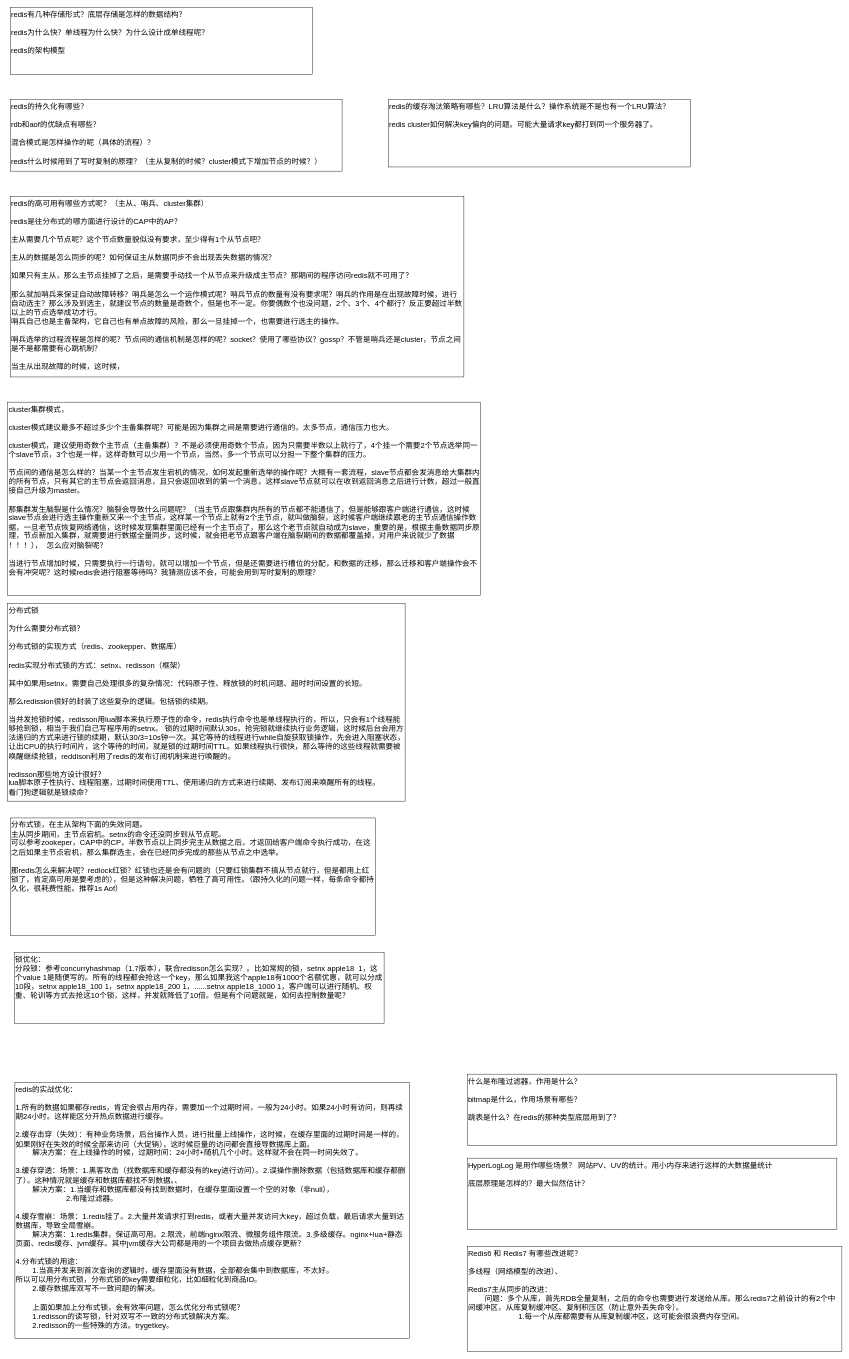
Above: JAVA/Redis.drawio in KGwolf/MyDraw (draw.io), before the change. Source tidied: cells renumbered, new cells numbered last; positions are measured from the earlier drawing's top-left corner, leaving out a move shared by most shapes. Both pictures are drawn from the tidied source at 42%, with x=0, y=0 at pixel (8, 7).
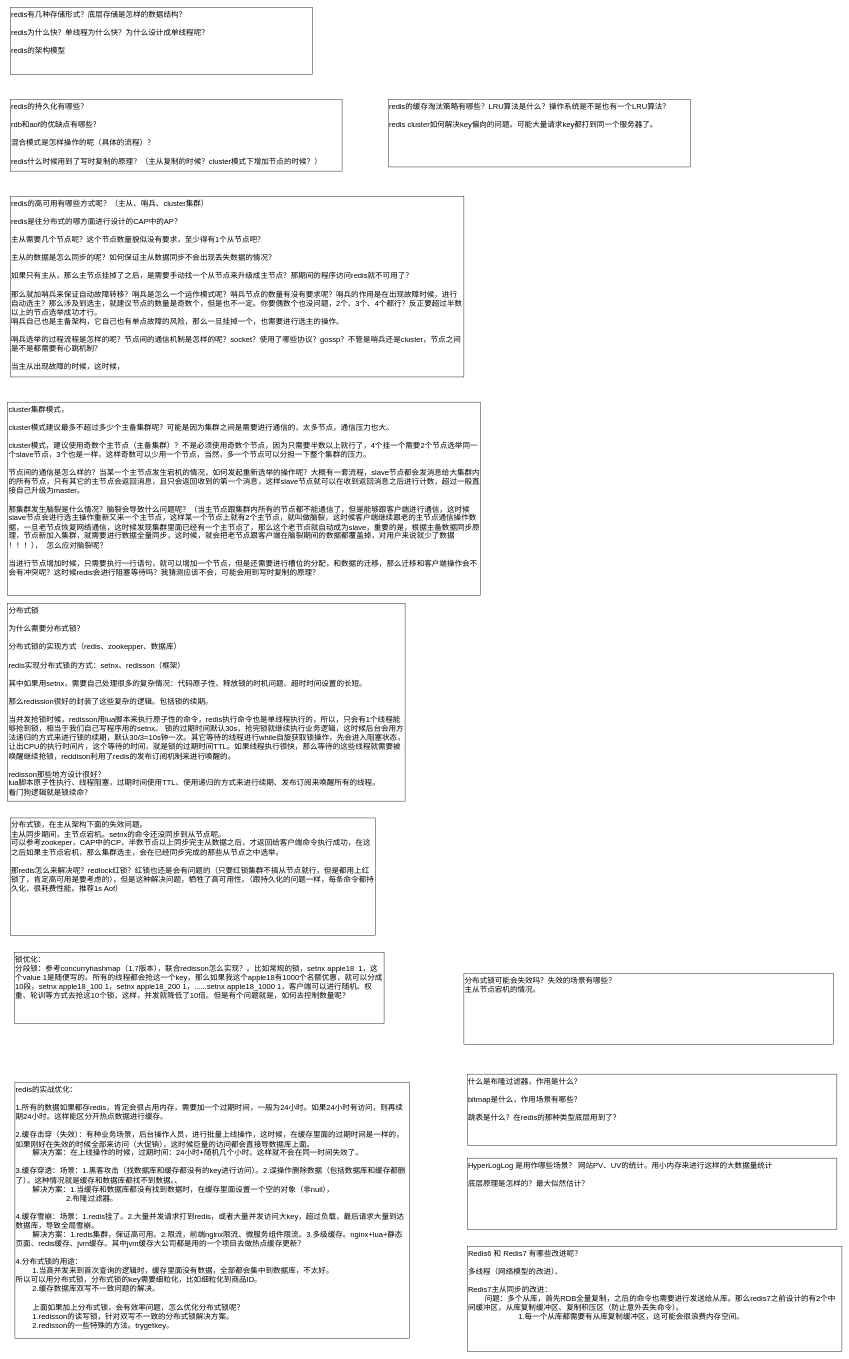
After the change.

Change to the diagram source:
```diff
@@
 <mxGraphModel>
   <root>
     <mxCell id="0" />
     <mxCell id="1" parent="0" />
     <mxCell id="2" value="redis有几种存储形式？底层存储是怎样的数据结构？&lt;br&gt;&lt;br&gt;redis为什么快？单线程为什么快？为什么设计成单线程呢？&lt;br&gt;&lt;br&gt;redis的架构模型" style="rounded=0;whiteSpace=wrap;html=1;fontSize=18;align=left;verticalAlign=top;" parent="1" vertex="1">
       <mxGeometry x="6" width="720" height="160" as="geometry" />
     </mxCell>
     <mxCell id="3" value="redis的持久化有哪些？&lt;br&gt;&lt;br&gt;rdb和aof的优缺点有哪些？&lt;br&gt;&lt;br&gt;混合模式是怎样操作的呢（具体的流程）？&lt;br&gt;&lt;br&gt;redis什么时候用到了写时复制的原理？（主从复制的时候？cluster模式下增加节点的时候？）" style="rounded=0;whiteSpace=wrap;html=1;fontSize=18;align=left;verticalAlign=top;" parent="1" vertex="1">
       <mxGeometry x="6" y="220" width="790" height="170" as="geometry" />
     </mxCell>
     <mxCell id="4" value="redis的高可用有哪些方式呢？（主从、哨兵、cluster集群）&lt;br&gt;&lt;br&gt;redis是往分布式的哪方面进行设计的CAP中的AP？&lt;br&gt;&lt;br&gt;主从需要几个节点呢？这个节点数量貌似没有要求，至少得有1个从节点吧？&lt;br&gt;&lt;br&gt;主从的数据是怎么同步的呢？如何保证主从数据同步不会出现丢失数据的情况？&lt;br&gt;&lt;br&gt;如果只有主从，那么主节点挂掉了之后，是需要手动找一个从节点来升级成主节点？那期间的程序访问redis就不可用了？&lt;br&gt;&lt;br&gt;那么就加哨兵来保证自动故障转移？哨兵是怎么一个运作模式呢？哨兵节点的数量有没有要求呢？哨兵的作用是在出现故障时候，进行自动选主？那么涉及到选主，就建议节点的数量是奇数个，但是也不一定。你要偶数个也没问题，2个、3个、4个都行？反正要超过半数以上的节点选举成功才行。&lt;br&gt;哨兵自己也是主备架构，它自己也有单点故障的风险，那么一旦挂掉一个，也需要进行选主的操作。&lt;br&gt;&lt;br&gt;哨兵选举的过程流程是怎样的呢？节点间的通信机制是怎样的呢？socket？使用了哪些协议？gossp？不管是哨兵还是cluster，节点之间是不是都需要有心跳机制？&lt;br&gt;&lt;br&gt;当主从出现故障的时候，这时候，" style="rounded=0;whiteSpace=wrap;html=1;fontSize=18;align=left;verticalAlign=top;" parent="1" vertex="1">
       <mxGeometry x="6" y="450" width="1080" height="430" as="geometry" />
     </mxCell>
     <mxCell id="5" value="redis的缓存淘汰策略有哪些？LRU算法是什么？操作系统是不是也有一个LRU算法？&lt;br&gt;&lt;br&gt;redis cluster如何解决key偏向的问题。可能大量请求key都打到同一个服务器了。" style="rounded=0;whiteSpace=wrap;html=1;fontSize=18;align=left;verticalAlign=top;" parent="1" vertex="1">
       <mxGeometry x="906" y="220" width="720" height="160" as="geometry" />
     </mxCell>
     <mxCell id="6" value="cluster集群模式，&lt;br&gt;&lt;br&gt;cluster模式建议最多不超过多少个主备集群呢？可能是因为集群之间是需要进行通信的，太多节点，通信压力也大。&lt;br&gt;&lt;br&gt;cluster模式，建议使用奇数个主节点（主备集群）？不是必须使用奇数个节点，因为只需要半数以上就行了，4个挂一个需要2个节点选举同一个slave节点，3个也是一样，这样奇数可以少用一个节点，当然，多一个节点可以分担一下整个集群的压力。&lt;br&gt;&lt;br&gt;节点间的通信是怎么样的？当某一个主节点发生宕机的情况，如何发起重新选举的操作呢？大概有一套流程，slave节点都会发消息给大集群内的所有节点，只有其它的主节点会返回消息，且只会返回收到的第一个消息，这样slave节点就可以在收到返回消息之后进行计数，超过一般直接自己升级为master。&lt;br&gt;&lt;br&gt;那集群发生脑裂是什么情况？脑裂会导致什么问题呢？（当主节点跟集群内所有的节点都不能通信了，但是能够跟客户端进行通信，这时候slave节点会进行选主操作重新又来一个主节点，这样某一个节点上就有2个主节点，就叫做脑裂，这时候客户端继续跟老的主节点通信操作数据，一旦老节点恢复网络通信，这时候发现集群里面已经有一个主节点了，那么这个老节点就自动成为slave，重要的是，根据主备数据同步原理，节点新加入集群，就需要进行数据全量同步，这时候，就会把老节点跟客户端在脑裂期间的数据都覆盖掉，对用户来说就少了数据&lt;br&gt;！！！），&amp;nbsp; 怎么应对脑裂呢？&lt;br&gt;&lt;br&gt;当进行节点增加时候，只需要执行一行语句，就可以增加一个节点，但是还需要进行槽位的分配，和数据的迁移，那么迁移和客户端操作会不会有冲突呢？这时候redis会进行阻塞等待吗？我猜测应该不会，可能会用到写时复制的原理？" style="rounded=0;whiteSpace=wrap;html=1;fontSize=18;align=left;verticalAlign=top;" parent="1" vertex="1">
       <mxGeometry x="-0.5" y="940" width="1126.5" height="460" as="geometry" />
     </mxCell>
     <mxCell id="7" value="分布式锁&lt;br&gt;&lt;br&gt;为什么需要分布式锁？&lt;br&gt;&lt;br&gt;分布式锁的实现方式（redis、zookepper、数据库）&lt;br&gt;&lt;br&gt;redis实现分布式锁的方式：setnx、redisson（框架）&lt;br&gt;&lt;br&gt;其中如果用setnx，需要自己处理很多的复杂情况：代码原子性、释放锁的时机问题、超时时间设置的长短。&lt;br&gt;&lt;br&gt;那么redission很好的封装了这些复杂的逻辑。包括锁的续期。&lt;br&gt;&lt;br&gt;当并发抢锁时候，redisson用lua脚本来执行原子性的命令，redis执行命令也是单线程执行的，所以，只会有1个线程能够抢到锁，相当于我们自己写程序用的setnx。 锁的过期时间默认30s，抢完锁就继续执行业务逻辑，这时候后台会用方法递归的方式来进行锁的续期，默认30/3=10s钟一次。其它等待的线程进行while自旋获取锁操作，先会进入阻塞状态，让出CPU的执行时间片，这个等待的时间，就是锁的过期时间TTL。如果线程执行很快，那么等待的这些线程就需要被唤醒继续抢锁，reddison利用了redis的发布订阅机制来进行唤醒的。&lt;br&gt;&lt;br&gt;redisson那些地方设计很好？&lt;br&gt;lua脚本原子性执行、线程阻塞，过期时间使用TTL、使用递归的方式来进行续期、发布订阅来唤醒所有的线程。&lt;br&gt;看门狗逻辑就是锁续命？" style="rounded=0;whiteSpace=wrap;html=1;fontSize=18;align=left;verticalAlign=top;" parent="1" vertex="1">
       <mxGeometry x="-0.5" y="1420" width="946.5" height="470" as="geometry" />
     </mxCell>
     <mxCell id="8" value="分布式锁，在主从架构下面的失效问题。&lt;br&gt;主从同步期间，主节点宕机。setnx的命令还没同步到从节点呢。&lt;br&gt;可以参考zookeper，CAP中的CP，半数节点以上同步完主从数据之后，才返回给客户端命令执行成功，在这之后如果主节点宕机，那么集群选主，会在已经同步完成的那些从节点之中选举。&lt;br&gt;&lt;br&gt;那redis怎么来解决呢？redlock红锁？红锁也还是会有问题的（只要红锁集群不搞从节点就行，但是都用上红锁了，肯定高可用是要考虑的），但是这种解决问题，牺牲了高可用性。（跟持久化的问题一样，每条命令都持久化，很耗费性能。推荐1s Aof）" style="rounded=0;whiteSpace=wrap;html=1;fontSize=18;align=left;verticalAlign=top;" parent="1" vertex="1">
       <mxGeometry x="6" y="1930" width="870" height="280" as="geometry" />
     </mxCell>
     <mxCell id="9" value="锁优化：&lt;br&gt;分段锁：参考concurryhashmap（1.7版本），联合redisson怎么实现？。比如常规的锁，setnx apple18&amp;nbsp; 1，这个value 1是随便写的。所有的线程都会抢这一个key，那么如果我这个apple18有1000个名额优惠，就可以分成10段，setnx apple18_100 1，setnx apple18_200 1，......setnx apple18_1000 1，客户端可以进行随机、权重、轮训等方式去抢这10个锁，这样，并发就降低了10倍。但是有个问题就是，如何去控制数量呢？" style="rounded=0;whiteSpace=wrap;html=1;fontSize=18;align=left;verticalAlign=top;" parent="1" vertex="1">
       <mxGeometry x="16" y="2250" width="880" height="170" as="geometry" />
     </mxCell>
     <mxCell id="10" value="redis的实战优化：&lt;br&gt;&lt;br&gt;1.所有的数据如果都存redis，肯定会很占用内存，需要加一个过期时间，一般为24小时。如果24小时有访问，则再续期24小时。这样能区分开热点数据进行缓存。&lt;br&gt;&lt;br&gt;2.缓存击穿（失效）：有种业务场景，后台操作人员，进行批量上线操作，这时候，在缓存里面的过期时间是一样的，如果刚好在失效的时候全部来访问（大促销），这时候巨量的访问都会直接导数据库上面。&lt;br&gt;&lt;span style=&quot;white-space: pre;&quot;&gt;&#9;&lt;/span&gt;解决方案：在上线操作的时候，过期时间：24小时+随机几个小时。这样就不会在同一时间失效了。&lt;br&gt;&lt;br&gt;3.缓存穿透：场景：1.黑客攻击（找数据库和缓存都没有的key进行访问）。2.误操作删除数据（包括数据库和缓存都删了）。这种情况就是缓存和数据库都找不到数据。、&lt;br&gt;&lt;span style=&quot;white-space: pre;&quot;&gt;&#9;&lt;/span&gt;解决方案：1.当缓存和数据库都没有找到数据时，在缓存里面设置一个空的对象（非null），&lt;br&gt;&lt;span style=&quot;white-space: pre;&quot;&gt;&#9;&lt;/span&gt;&lt;span style=&quot;white-space: pre;&quot;&gt;&#9;&lt;/span&gt;&lt;span style=&quot;white-space: pre;&quot;&gt;&#9;&lt;/span&gt;2.布隆过滤器。&lt;br&gt;&lt;br&gt;4.缓存雪崩：场景：1.redis挂了。2.大量并发请求打到redis，或者大量并发访问大key，超过负载，最后请求大量到达数据库，导致全局雪崩。&lt;br&gt;&lt;span style=&quot;white-space: pre;&quot;&gt;&#9;&lt;/span&gt;解决方案：1.redis集群，保证高可用。2.限流，前端nginx限流、微服务组件限流。3.多级缓存。nginx+lua+静态页面、redis缓存、jvm缓存。其中jvm缓存大公司都是用的一个项目去做热点缓存更新？&lt;br&gt;&lt;br&gt;4.分布式锁的用途：&lt;br&gt;&lt;span style=&quot;white-space: pre;&quot;&gt;&#9;&lt;/span&gt;1.当高并发来到首次查询的逻辑时，缓存里面没有数据，全部都会集中到数据库，不太好。&lt;br&gt;所以可以用分布式锁，分布式锁的key需要细粒化，比如细粒化到商品ID。&lt;br&gt;&lt;span style=&quot;white-space: pre;&quot;&gt;&#9;&lt;/span&gt;2.缓存数据库双写不一致问题的解决。&lt;br&gt;&lt;br&gt;&lt;span style=&quot;white-space: pre;&quot;&gt;&#9;&lt;/span&gt;上面如果加上分布式锁，会有效率问题，怎么优化分布式锁呢？&lt;br&gt;&lt;span style=&quot;white-space: pre;&quot;&gt;&#9;&lt;/span&gt;1.redisson的读写锁，针对双写不一致的分布式锁解决方案。&lt;br&gt;&lt;span style=&quot;white-space: pre;&quot;&gt;&#9;&lt;/span&gt;2.redisson的一些特殊的方法。trygetkey。" style="rounded=0;whiteSpace=wrap;html=1;fontSize=18;align=left;verticalAlign=top;" parent="1" vertex="1">
       <mxGeometry x="17" y="2560" width="939" height="610" as="geometry" />
     </mxCell>
     <mxCell id="11" value="什么是布隆过滤器，作用是什么？&lt;br&gt;&lt;br&gt;bitmap是什么，作用场景有哪些？&lt;br&gt;&lt;br&gt;跳表是什么？在redis的那种类型底层用到了？" style="rounded=0;whiteSpace=wrap;html=1;fontSize=18;align=left;verticalAlign=top;" parent="1" vertex="1">
       <mxGeometry x="1094" y="2540" width="880" height="170" as="geometry" />
     </mxCell>
     <mxCell id="12" value="HyperLogLog 是用作哪些场景？ 网站PV、UV的统计。用小内存来进行这样的大数据量统计&lt;br&gt;&lt;br&gt;底层原理是怎样的？最大似然估计？" style="rounded=0;whiteSpace=wrap;html=1;fontSize=18;align=left;verticalAlign=top;" parent="1" vertex="1">
       <mxGeometry x="1094" y="2740" width="880" height="170" as="geometry" />
     </mxCell>
     <mxCell id="13" value="Redis6 和 Redis7 有哪些改进呢？&lt;br&gt;&lt;br&gt;多线程（网络模型的改进）、&lt;br&gt;&lt;br&gt;Redis7主从同步的改进：&lt;br&gt;&lt;span style=&quot;white-space: pre;&quot;&gt;&#9;&lt;/span&gt;问题：多个从库，首先RDB全量复制，之后的命令也需要进行发送给从库。那么redis7之前设计的有2个中间缓冲区，从库复制缓冲区、复制积压区（防止意外丢失命令）。&lt;br&gt;&lt;span style=&quot;white-space: pre;&quot;&gt;&#9;&lt;/span&gt;&lt;span style=&quot;white-space: pre;&quot;&gt;&#9;&lt;/span&gt;&lt;span style=&quot;white-space: pre;&quot;&gt;&#9;&lt;/span&gt;1.每一个从库都需要有从库复制缓冲区，这可能会很浪费内存空间。" style="rounded=0;whiteSpace=wrap;html=1;fontSize=18;align=left;verticalAlign=top;" parent="1" vertex="1">
       <mxGeometry x="1094" y="2950" width="892" height="250" as="geometry" />
     </mxCell>
+    <mxCell id="14" value="分布式锁可能会失效吗？失效的场景有哪些？&lt;br&gt;主从节点宕机的情况。" style="rounded=0;whiteSpace=wrap;html=1;fontSize=18;align=left;verticalAlign=top;" parent="1" vertex="1">
+      <mxGeometry x="1086" y="2300" width="880" height="170" as="geometry" />
+    </mxCell>
   </root>
 </mxGraphModel>
```
